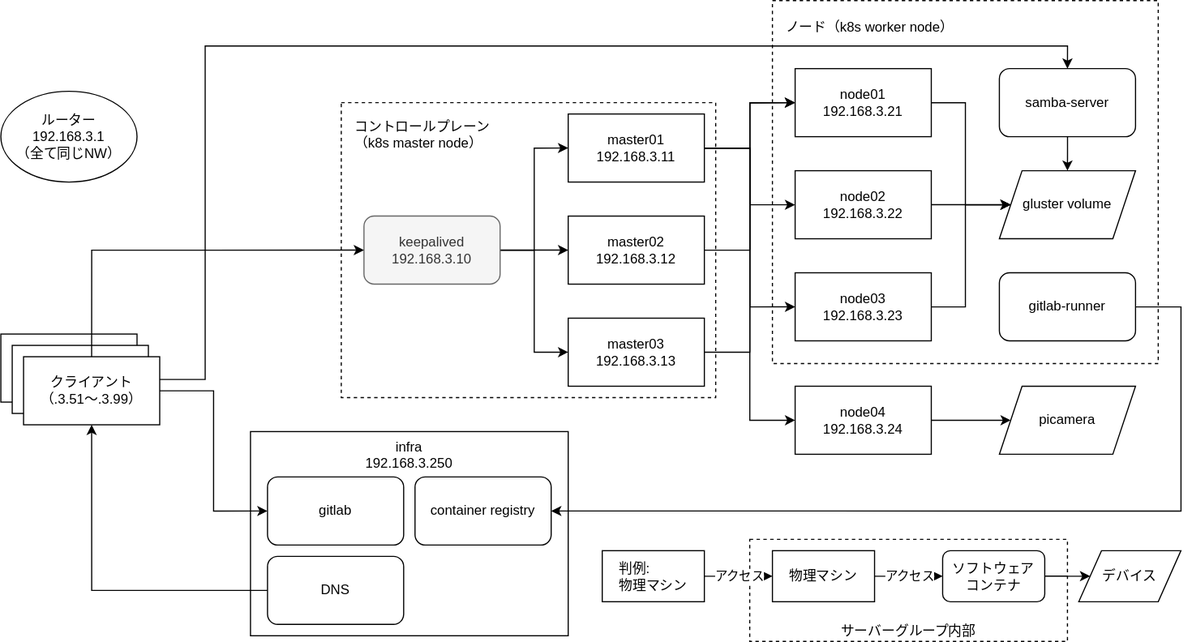
nkte8/labo keeps this draw.io diagram as fig.drawio.svg. Above is the earlier version. Source tidied: cells renumbered, new cells last; positions are measured from the earlier drawing's top-left corner, leaving out a move shared by most shapes.
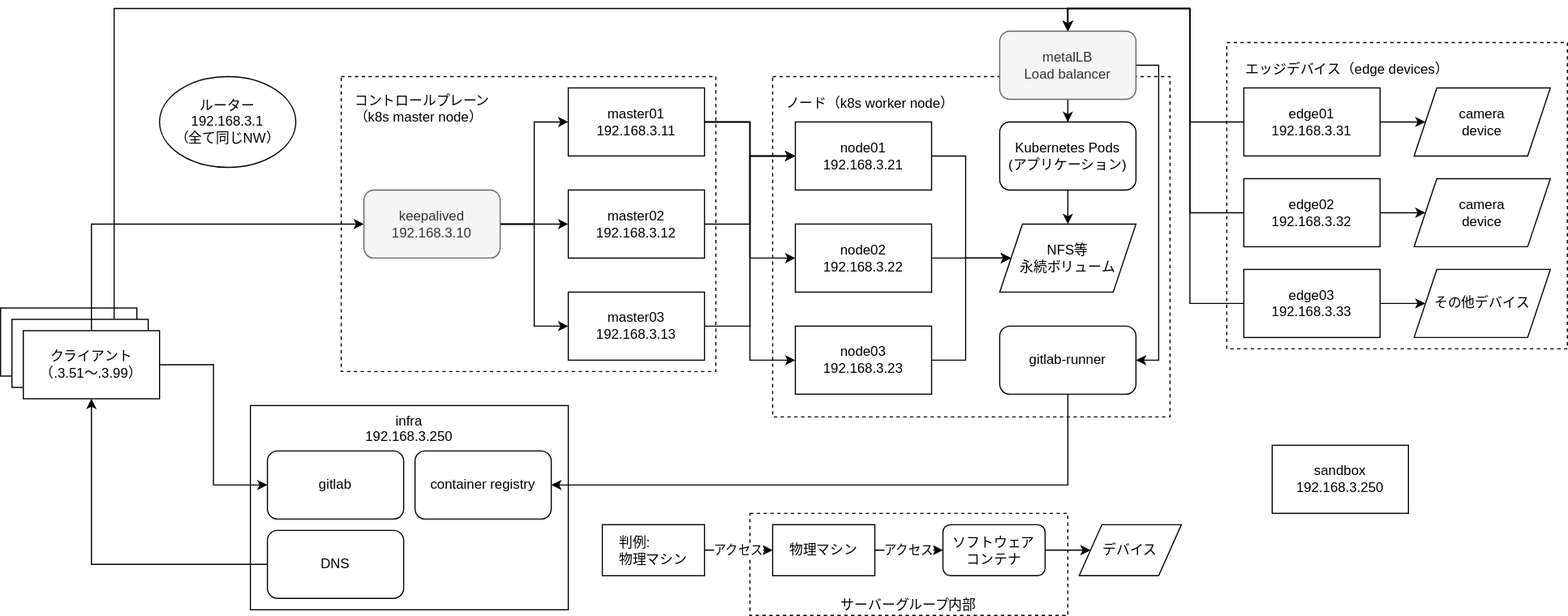
Above is the later version.

Commit message:
[change] 説明文を最新に更新

The edit, as a diff of the source:
```diff
@@ -3,17 +3,8 @@
     <mxCell id="0" />
     <mxCell id="1" parent="0" />
     <mxCell id="2" style="rounded=0;whiteSpace=wrap;html=1;shadow=0;glass=0;sketch=0;fillColor=default;align=center;verticalAlign=top;dashed=1;" parent="1" vertex="1">
-      <mxGeometry x="680" width="340" height="320" as="geometry" />
+      <mxGeometry x="680" y="90" width="350" height="300" as="geometry" />
     </mxCell>
-    <mxCell id="3" style="edgeStyle=orthogonalEdgeStyle;rounded=0;jettySize=auto;html=1;entryX=0.5;entryY=0;entryDx=0;entryDy=0;" parent="1" edge="1" source="13" target="50">
-      <mxGeometry relative="1" as="geometry">
-        <Array as="points">
-          <mxPoint x="180" y="334" />
-          <mxPoint x="180" y="40" />
-          <mxPoint x="940" y="40" />
-        </Array>
-      </mxGeometry>
-    </mxCell>
     <mxCell id="4" style="rounded=0;whiteSpace=wrap;html=1;shadow=0;glass=0;sketch=0;fillColor=default;align=center;verticalAlign=top;dashed=1;" parent="1" vertex="1">
       <mxGeometry x="300" y="90" width="330" height="260" as="geometry" />
     </mxCell>
@@ -50,15 +41,12 @@
     <mxCell id="15" style="edgeStyle=orthogonalEdgeStyle;rounded=0;jettySize=auto;html=1;entryX=0;entryY=0.5;entryDx=0;entryDy=0;endFill=1;startSize=6;endSize=6;sourcePerimeterSpacing=0;targetPerimeterSpacing=0;" parent="1" edge="1" source="19" target="30">
       <mxGeometry relative="1" as="geometry" />
     </mxCell>
-    <mxCell id="16" style="edgeStyle=orthogonalEdgeStyle;rounded=0;jettySize=auto;html=1;endFill=1;startSize=6;endSize=6;sourcePerimeterSpacing=0;targetPerimeterSpacing=0;" parent="1" edge="1" source="19" target="32">
+    <mxCell id="16" style="edgeStyle=orthogonalEdgeStyle;rounded=0;jettySize=auto;html=1;endFill=1;startSize=6;endSize=6;sourcePerimeterSpacing=0;targetPerimeterSpacing=0;entryX=0;entryY=0.5;entryDx=0;entryDy=0;" parent="1" edge="1" source="19" target="32">
       <mxGeometry relative="1" as="geometry" />
     </mxCell>
     <mxCell id="17" style="edgeStyle=orthogonalEdgeStyle;rounded=0;jettySize=auto;html=1;entryX=0;entryY=0.5;entryDx=0;entryDy=0;endFill=1;startSize=6;endSize=6;sourcePerimeterSpacing=0;targetPerimeterSpacing=0;" parent="1" edge="1" source="19" target="34">
       <mxGeometry relative="1" as="geometry" />
     </mxCell>
-    <mxCell id="18" style="edgeStyle=orthogonalEdgeStyle;rounded=0;jettySize=auto;html=1;entryX=0;entryY=0.5;entryDx=0;entryDy=0;endFill=1;startSize=6;endSize=6;sourcePerimeterSpacing=0;targetPerimeterSpacing=0;" parent="1" edge="1" source="19" target="36">
-      <mxGeometry relative="1" as="geometry" />
-    </mxCell>
     <mxCell id="19" value="master01&lt;br&gt;192.168.3.11" style="rounded=0;whiteSpace=wrap;html=1;hachureGap=4;" parent="1" vertex="1">
       <mxGeometry x="500" y="100" width="120" height="60" as="geometry" />
     </mxCell>
@@ -92,39 +80,33 @@
     <mxCell id="29" style="edgeStyle=orthogonalEdgeStyle;rounded=0;jettySize=auto;html=1;entryX=0;entryY=0.5;entryDx=0;entryDy=0;" parent="1" edge="1" source="30" target="48">
       <mxGeometry relative="1" as="geometry">
         <Array as="points">
-          <mxPoint x="850" y="90" />
-          <mxPoint x="850" y="180" />
+          <mxPoint x="850" y="160" />
+          <mxPoint x="850" y="250" />
         </Array>
       </mxGeometry>
     </mxCell>
     <mxCell id="30" value="node01&lt;br&gt;192.168.3.21" style="rounded=0;whiteSpace=wrap;html=1;hachureGap=4;" parent="1" vertex="1">
-      <mxGeometry x="700" y="60" width="120" height="60" as="geometry" />
+      <mxGeometry x="700" y="130" width="120" height="60" as="geometry" />
     </mxCell>
     <mxCell id="31" style="edgeStyle=orthogonalEdgeStyle;rounded=0;jettySize=auto;html=1;" parent="1" edge="1" source="32" target="48">
       <mxGeometry relative="1" as="geometry" />
     </mxCell>
     <mxCell id="32" value="node02&lt;br&gt;192.168.3.22" style="rounded=0;whiteSpace=wrap;html=1;hachureGap=4;" parent="1" vertex="1">
-      <mxGeometry x="700" y="150" width="120" height="60" as="geometry" />
+      <mxGeometry x="700" y="220" width="120" height="60" as="geometry" />
     </mxCell>
     <mxCell id="33" style="edgeStyle=orthogonalEdgeStyle;rounded=0;jettySize=auto;html=1;entryX=0;entryY=0.5;entryDx=0;entryDy=0;" parent="1" edge="1" source="34" target="48">
       <mxGeometry relative="1" as="geometry">
         <Array as="points">
-          <mxPoint x="850" y="270" />
-          <mxPoint x="850" y="180" />
+          <mxPoint x="850" y="340" />
+          <mxPoint x="850" y="250" />
         </Array>
       </mxGeometry>
     </mxCell>
     <mxCell id="34" value="node03&lt;br&gt;192.168.3.23" style="rounded=0;whiteSpace=wrap;html=1;hachureGap=4;" parent="1" vertex="1">
-      <mxGeometry x="700" y="240" width="120" height="60" as="geometry" />
+      <mxGeometry x="700" y="310" width="120" height="60" as="geometry" />
     </mxCell>
-    <mxCell id="35" style="edgeStyle=orthogonalEdgeStyle;rounded=0;jettySize=auto;html=1;entryX=0;entryY=0.5;entryDx=0;entryDy=0;" parent="1" edge="1" source="36" target="51">
-      <mxGeometry relative="1" as="geometry" />
-    </mxCell>
-    <mxCell id="36" value="node04&lt;br&gt;192.168.3.24" style="rounded=0;whiteSpace=wrap;html=1;hachureGap=4;" parent="1" vertex="1">
-      <mxGeometry x="700" y="340" width="120" height="60" as="geometry" />
-    </mxCell>
     <mxCell id="37" value="ルーター&lt;br&gt;192.168.3.1&lt;br&gt;（全て同じNW）" style="ellipse;whiteSpace=wrap;html=1;" parent="1" vertex="1">
-      <mxGeometry y="80" width="120" height="80" as="geometry" />
+      <mxGeometry x="140" y="90" width="120" height="80" as="geometry" />
     </mxCell>
     <mxCell id="38" value="アクセス" style="edgeStyle=orthogonalEdgeStyle;rounded=0;jettySize=auto;html=1;endFill=1;startSize=6;endSize=6;sourcePerimeterSpacing=0;targetPerimeterSpacing=0;" parent="1" edge="1" source="39" target="10">
       <mxGeometry relative="1" as="geometry" />
@@ -147,37 +129,86 @@
     <mxCell id="44" style="edgeStyle=orthogonalEdgeStyle;rounded=0;jettySize=auto;html=1;entryX=0;entryY=0.5;entryDx=0;entryDy=0;endFill=1;startSize=6;endSize=6;sourcePerimeterSpacing=0;targetPerimeterSpacing=0;" parent="1" edge="1" source="14" target="43">
       <mxGeometry relative="1" as="geometry" />
     </mxCell>
-    <mxCell id="45" style="edgeStyle=orthogonalEdgeStyle;rounded=0;jettySize=auto;html=1;entryX=1;entryY=0.5;entryDx=0;entryDy=0;endFill=1;startSize=6;endSize=6;sourcePerimeterSpacing=0;targetPerimeterSpacing=0;" parent="1" edge="1" source="46" target="40">
-      <mxGeometry relative="1" as="geometry">
-        <Array as="points">
-          <mxPoint x="1040" y="270" />
-          <mxPoint x="1040" y="450" />
-        </Array>
-      </mxGeometry>
+    <mxCell id="45" style="edgeStyle=orthogonalEdgeStyle;rounded=0;jettySize=auto;html=1;exitX=0.5;exitY=1;exitDx=0;exitDy=0;entryX=1;entryY=0.5;entryDx=0;entryDy=0;" parent="1" edge="1" source="46" target="40">
+      <mxGeometry relative="1" as="geometry" />
     </mxCell>
     <mxCell id="46" value="gitlab-runner" style="rounded=1;whiteSpace=wrap;html=1;shadow=0;glass=0;sketch=0;fillColor=default;align=center;verticalAlign=middle;" parent="1" vertex="1">
-      <mxGeometry x="880" y="240" width="120" height="60" as="geometry" />
+      <mxGeometry x="880" y="310" width="120" height="60" as="geometry" />
     </mxCell>
     <mxCell id="47" value="デバイス" style="shape=parallelogram;perimeter=parallelogramPerimeter;whiteSpace=wrap;html=1;fixedSize=1;rounded=0;shadow=0;glass=0;sketch=0;fillColor=default;align=center;verticalAlign=middle;" parent="1" vertex="1">
       <mxGeometry x="950" y="485" width="90" height="45" as="geometry" />
     </mxCell>
-    <mxCell id="48" value="gluster volume" style="shape=parallelogram;perimeter=parallelogramPerimeter;whiteSpace=wrap;html=1;fixedSize=1;rounded=0;shadow=0;glass=0;sketch=0;fillColor=default;align=center;verticalAlign=middle;" parent="1" vertex="1">
-      <mxGeometry x="880" y="150" width="120" height="60" as="geometry" />
+    <mxCell id="48" value="NFS等&lt;br&gt;永続ボリューム" style="shape=parallelogram;perimeter=parallelogramPerimeter;whiteSpace=wrap;html=1;fixedSize=1;rounded=0;shadow=0;glass=0;sketch=0;fillColor=default;align=center;verticalAlign=middle;" parent="1" vertex="1">
+      <mxGeometry x="880" y="220" width="120" height="60" as="geometry" />
     </mxCell>
     <mxCell id="49" style="edgeStyle=orthogonalEdgeStyle;rounded=0;jettySize=auto;html=1;entryX=0.5;entryY=0;entryDx=0;entryDy=0;" parent="1" edge="1" source="50" target="48">
       <mxGeometry relative="1" as="geometry" />
     </mxCell>
-    <mxCell id="50" value="samba-server" style="rounded=1;whiteSpace=wrap;html=1;shadow=0;glass=0;sketch=0;fillColor=default;align=center;verticalAlign=middle;" parent="1" vertex="1">
-      <mxGeometry x="880" y="60" width="120" height="60" as="geometry" />
+    <mxCell id="50" value="Kubernetes Pods&lt;br&gt;(アプリケーション)" style="rounded=1;whiteSpace=wrap;html=1;shadow=0;glass=0;sketch=0;fillColor=default;align=center;verticalAlign=middle;" parent="1" vertex="1">
+      <mxGeometry x="880" y="130" width="120" height="60" as="geometry" />
     </mxCell>
-    <mxCell id="51" value="picamera" style="shape=parallelogram;perimeter=parallelogramPerimeter;whiteSpace=wrap;html=1;fixedSize=1;rounded=0;shadow=0;glass=0;sketch=0;fillColor=default;align=center;verticalAlign=middle;" parent="1" vertex="1">
-      <mxGeometry x="880" y="340" width="120" height="60" as="geometry" />
-    </mxCell>
     <mxCell id="52" value="コントロールプレーン&lt;br&gt;（k8s master node）" style="text;html=1;strokeColor=none;fillColor=none;align=left;verticalAlign=top;whiteSpace=wrap;rounded=0;" parent="1" vertex="1">
       <mxGeometry x="310" y="97.5" width="145" height="45" as="geometry" />
     </mxCell>
     <mxCell id="53" value="ノード（k8s worker node）" style="text;html=1;strokeColor=none;fillColor=none;align=left;verticalAlign=top;whiteSpace=wrap;rounded=0;" parent="1" vertex="1">
-      <mxGeometry x="690" y="10" width="170" height="40" as="geometry" />
+      <mxGeometry x="690" y="100" width="170" height="20" as="geometry" />
     </mxCell>
+    <mxCell id="54" style="rounded=0;whiteSpace=wrap;html=1;shadow=0;glass=0;sketch=0;fillColor=default;align=center;verticalAlign=top;dashed=1;" parent="1" vertex="1">
+      <mxGeometry x="1080" y="60" width="300" height="270" as="geometry" />
+    </mxCell>
+    <mxCell id="55" value="エッジデバイス（edge devices）" style="text;html=1;strokeColor=none;fillColor=none;align=left;verticalAlign=top;whiteSpace=wrap;rounded=0;" parent="1" vertex="1">
+      <mxGeometry x="1095" y="70" width="185" height="20" as="geometry" />
+    </mxCell>
+    <mxCell id="56" style="edgeStyle=orthogonalEdgeStyle;rounded=0;jettySize=auto;html=1;exitX=0;exitY=0.5;exitDx=0;exitDy=0;entryX=0.5;entryY=0;entryDx=0;entryDy=0;" parent="1" edge="1" source="58" target="70">
+      <mxGeometry relative="1" as="geometry" />
+    </mxCell>
+    <mxCell id="57" style="edgeStyle=orthogonalEdgeStyle;rounded=0;jettySize=auto;html=1;" parent="1" edge="1" source="58" target="59">
+      <mxGeometry relative="1" as="geometry" />
+    </mxCell>
+    <mxCell id="58" value="edge01&lt;br&gt;192.168.3.31" style="rounded=0;whiteSpace=wrap;html=1;hachureGap=4;" parent="1" vertex="1">
+      <mxGeometry x="1095" y="100" width="120" height="60" as="geometry" />
+    </mxCell>
+    <mxCell id="59" value="camera&lt;br&gt;device" style="shape=parallelogram;perimeter=parallelogramPerimeter;whiteSpace=wrap;html=1;fixedSize=1;rounded=0;shadow=0;glass=0;sketch=0;fillColor=default;align=center;verticalAlign=middle;" parent="1" vertex="1">
+      <mxGeometry x="1245" y="100" width="120" height="60" as="geometry" />
+    </mxCell>
+    <mxCell id="60" style="edgeStyle=orthogonalEdgeStyle;rounded=0;jettySize=auto;html=1;exitX=0;exitY=0.5;exitDx=0;exitDy=0;entryX=0.5;entryY=0;entryDx=0;entryDy=0;" parent="1" edge="1" source="62" target="70">
+      <mxGeometry relative="1" as="geometry" />
+    </mxCell>
+    <mxCell id="61" style="edgeStyle=orthogonalEdgeStyle;rounded=0;jettySize=auto;html=1;" parent="1" edge="1" source="62" target="63">
+      <mxGeometry relative="1" as="geometry" />
+    </mxCell>
+    <mxCell id="62" value="edge02&lt;br&gt;192.168.3.32" style="rounded=0;whiteSpace=wrap;html=1;hachureGap=4;" parent="1" vertex="1">
+      <mxGeometry x="1095" y="180" width="120" height="60" as="geometry" />
+    </mxCell>
+    <mxCell id="63" value="camera&lt;br&gt;device" style="shape=parallelogram;perimeter=parallelogramPerimeter;whiteSpace=wrap;html=1;fixedSize=1;rounded=0;shadow=0;glass=0;sketch=0;fillColor=default;align=center;verticalAlign=middle;" parent="1" vertex="1">
+      <mxGeometry x="1245" y="180" width="120" height="60" as="geometry" />
+    </mxCell>
+    <mxCell id="64" style="edgeStyle=orthogonalEdgeStyle;rounded=0;jettySize=auto;html=1;exitX=0;exitY=0.5;exitDx=0;exitDy=0;entryX=0.5;entryY=0;entryDx=0;entryDy=0;" parent="1" edge="1" source="66" target="70">
+      <mxGeometry relative="1" as="geometry" />
+    </mxCell>
+    <mxCell id="65" style="edgeStyle=orthogonalEdgeStyle;rounded=0;jettySize=auto;html=1;" parent="1" edge="1" source="66" target="67">
+      <mxGeometry relative="1" as="geometry" />
+    </mxCell>
+    <mxCell id="66" value="edge03&lt;br&gt;192.168.3.33" style="rounded=0;whiteSpace=wrap;html=1;hachureGap=4;" parent="1" vertex="1">
+      <mxGeometry x="1095" y="260" width="120" height="60" as="geometry" />
+    </mxCell>
+    <mxCell id="67" value="その他デバイス" style="shape=parallelogram;perimeter=parallelogramPerimeter;whiteSpace=wrap;html=1;fixedSize=1;rounded=0;shadow=0;glass=0;sketch=0;fillColor=default;align=center;verticalAlign=middle;" parent="1" vertex="1">
+      <mxGeometry x="1245" y="260" width="120" height="60" as="geometry" />
+    </mxCell>
+    <mxCell id="68" style="edgeStyle=orthogonalEdgeStyle;rounded=0;jettySize=auto;html=1;" parent="1" edge="1" source="70" target="50">
+      <mxGeometry relative="1" as="geometry" />
+    </mxCell>
+    <mxCell id="69" style="edgeStyle=orthogonalEdgeStyle;rounded=0;jettySize=auto;html=1;exitX=1;exitY=0.5;exitDx=0;exitDy=0;entryX=1;entryY=0.5;entryDx=0;entryDy=0;" parent="1" edge="1" source="70" target="46">
+      <mxGeometry relative="1" as="geometry" />
+    </mxCell>
+    <mxCell id="70" value="metalLB&lt;br&gt;Load balancer" style="rounded=1;whiteSpace=wrap;html=1;hachureGap=4;fillColor=#f5f5f5;strokeColor=#666666;fontColor=#333333;" parent="1" vertex="1">
+      <mxGeometry x="880" y="50" width="120" height="60" as="geometry" />
+    </mxCell>
+    <mxCell id="71" style="edgeStyle=orthogonalEdgeStyle;rounded=0;jettySize=auto;html=1;exitX=0.75;exitY=0;exitDx=0;exitDy=0;entryX=0.5;entryY=0;entryDx=0;entryDy=0;" parent="1" edge="1" source="13" target="70">
+      <mxGeometry relative="1" as="geometry" />
+    </mxCell>
+    <mxCell id="72" value="sandbox&lt;br&gt;192.168.3.250" style="rounded=0;whiteSpace=wrap;html=1;hachureGap=4;" parent="1" vertex="1">
+      <mxGeometry x="1120" y="415" width="120" height="60" as="geometry" />
+    </mxCell>
   </root>
 </mxGraphModel>
```
